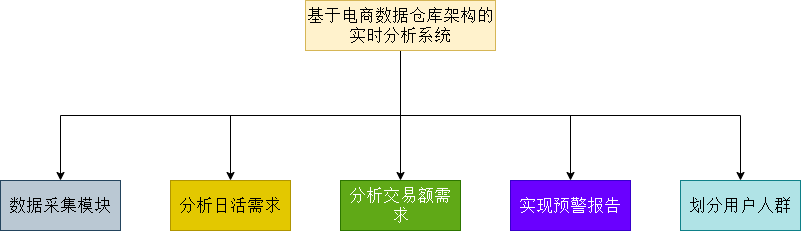
This is 功能模块.png from dyzcs/mall-2020, a draw.io export, as it was before one commit. Source tidied: cells renumbered, new cells last; positions are measured from the earlier drawing's top-left corner, leaving out a move shared by most shapes.
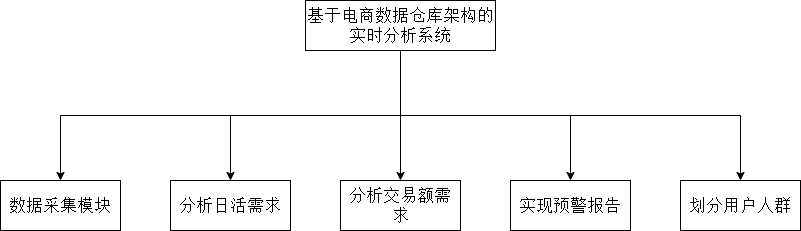
The same diagram one commit later.

Commit message:
更新功能模块.png

The edit, as a diff of the source:
```diff
@@ -22,23 +22,35 @@
     <mxCell id="6" style="edgeStyle=orthogonalEdgeStyle;rounded=0;jettySize=auto;html=1;exitX=0.5;exitY=1;exitDx=0;exitDy=0;fontSize=17;fontFamily=宋体;fontSource=https%3A%2F%2Ffonts.googleapis.com%2Fcss%3Ffamily%3D%25E5%25AE%258B%25E4%25BD%2593;" parent="1" edge="1" source="7" target="9">
       <mxGeometry relative="1" as="geometry" />
     </mxCell>
-    <mxCell id="7" value="基于电商数据仓库架构的实时分析系统" style="rounded=0;whiteSpace=wrap;html=1;fontSize=17;labelBackgroundColor=none;fillColor=#fff2cc;strokeColor=#d6b656;fontFamily=宋体;fontSource=https%3A%2F%2Ffonts.googleapis.com%2Fcss%3Ffamily%3D%25E5%25AE%258B%25E4%25BD%2593;" parent="1" vertex="1">
+    <mxCell id="7" value="基于电商数据仓库架构的实时分析系统" style="rounded=0;whiteSpace=wrap;html=1;fontSize=17;labelBackgroundColor=none;fillColor=#fff2cc;fontFamily=宋体;fontSource=https%3A%2F%2Ffonts.googleapis.com%2Fcss%3Ffamily%3D%25E5%25AE%258B%25E4%25BD%2593;" parent="1" vertex="1">
       <mxGeometry x="305" width="190" height="50" as="geometry" />
     </mxCell>
-    <mxCell id="8" value="数据采集模块" style="rounded=0;whiteSpace=wrap;html=1;fontSize=17;fillColor=#bac8d3;strokeColor=#23445d;fontFamily=宋体;fontSource=https%3A%2F%2Ffonts.googleapis.com%2Fcss%3Ffamily%3D%25E5%25AE%258B%25E4%25BD%2593;" parent="1" vertex="1">
+    <mxCell id="8" value="数据采集模块" style="rounded=0;whiteSpace=wrap;html=1;fontSize=17;fontFamily=宋体;fontSource=https%3A%2F%2Ffonts.googleapis.com%2Fcss%3Ffamily%3D%25E5%25AE%258B%25E4%25BD%2593;fillColor=#FFFFFF;" parent="1" vertex="1">
       <mxGeometry y="180" width="120" height="50" as="geometry" />
     </mxCell>
-    <mxCell id="9" value="分析日活需求" style="rounded=0;whiteSpace=wrap;html=1;fontSize=17;fillColor=#e3c800;strokeColor=#B09500;fontColor=#000000;fontFamily=宋体;fontSource=https%3A%2F%2Ffonts.googleapis.com%2Fcss%3Ffamily%3D%25E5%25AE%258B%25E4%25BD%2593;" parent="1" vertex="1">
+    <mxCell id="9" value="分析日活需求" style="rounded=0;whiteSpace=wrap;html=1;fontSize=17;fontColor=#000000;fontFamily=宋体;fontSource=https%3A%2F%2Ffonts.googleapis.com%2Fcss%3Ffamily%3D%25E5%25AE%258B%25E4%25BD%2593;fillColor=#FFFFFF;" parent="1" vertex="1">
       <mxGeometry x="170" y="180" width="120" height="50" as="geometry" />
     </mxCell>
-    <mxCell id="10" value="分析交易额需求" style="rounded=0;whiteSpace=wrap;html=1;fontSize=17;fillColor=#60a917;strokeColor=#2D7600;fontColor=#ffffff;fontFamily=宋体;fontSource=https%3A%2F%2Ffonts.googleapis.com%2Fcss%3Ffamily%3D%25E5%25AE%258B%25E4%25BD%2593;" parent="1" vertex="1">
+    <mxCell id="10" value="分析交易额需求" style="rounded=0;whiteSpace=wrap;html=1;fontSize=17;fillColor=#60a917;fontFamily=宋体;fontSource=https%3A%2F%2Ffonts.googleapis.com%2Fcss%3Ffamily%3D%25E5%25AE%258B%25E4%25BD%2593;" parent="1" vertex="1">
       <mxGeometry x="340" y="180" width="120" height="50" as="geometry" />
     </mxCell>
-    <mxCell id="11" value="实现预警报告" style="rounded=0;whiteSpace=wrap;html=1;fontSize=17;fillColor=#6a00ff;strokeColor=#3700CC;fontColor=#ffffff;fontFamily=宋体;fontSource=https%3A%2F%2Ffonts.googleapis.com%2Fcss%3Ffamily%3D%25E5%25AE%258B%25E4%25BD%2593;" parent="1" vertex="1">
+    <mxCell id="11" value="实现预警报告" style="rounded=0;whiteSpace=wrap;html=1;fontSize=17;fillColor=#6a00ff;fontColor=#ffffff;fontFamily=宋体;fontSource=https%3A%2F%2Ffonts.googleapis.com%2Fcss%3Ffamily%3D%25E5%25AE%258B%25E4%25BD%2593;" parent="1" vertex="1">
       <mxGeometry x="510" y="180" width="120" height="50" as="geometry" />
     </mxCell>
-    <mxCell id="12" value="划分用户人群" style="rounded=0;whiteSpace=wrap;html=1;fontSize=17;fillColor=#b0e3e6;strokeColor=#0e8088;fontFamily=宋体;fontSource=https%3A%2F%2Ffonts.googleapis.com%2Fcss%3Ffamily%3D%25E5%25AE%258B%25E4%25BD%2593;" parent="1" vertex="1">
+    <mxCell id="12" value="划分用户人群" style="rounded=0;whiteSpace=wrap;html=1;fontSize=17;fillColor=#b0e3e6;fontFamily=宋体;fontSource=https%3A%2F%2Ffonts.googleapis.com%2Fcss%3Ffamily%3D%25E5%25AE%258B%25E4%25BD%2593;" parent="1" vertex="1">
       <mxGeometry x="680" y="180" width="120" height="50" as="geometry" />
     </mxCell>
+    <mxCell id="13" value="划分用户人群" style="rounded=0;whiteSpace=wrap;html=1;fontSize=17;fontFamily=宋体;fontSource=https%3A%2F%2Ffonts.googleapis.com%2Fcss%3Ffamily%3D%25E5%25AE%258B%25E4%25BD%2593;fillColor=#FFFFFF;" parent="1" vertex="1">
+      <mxGeometry x="680" y="180" width="120" height="50" as="geometry" />
+    </mxCell>
+    <mxCell id="14" value="实现预警报告" style="rounded=0;whiteSpace=wrap;html=1;fontSize=17;fontFamily=宋体;fontSource=https%3A%2F%2Ffonts.googleapis.com%2Fcss%3Ffamily%3D%25E5%25AE%258B%25E4%25BD%2593;fillColor=#FFFFFF;" parent="1" vertex="1">
+      <mxGeometry x="510" y="180" width="120" height="50" as="geometry" />
+    </mxCell>
+    <mxCell id="15" value="基于电商数据仓库架构的实时分析系统" style="rounded=0;whiteSpace=wrap;html=1;fontSize=17;labelBackgroundColor=none;fontFamily=宋体;fontSource=https%3A%2F%2Ffonts.googleapis.com%2Fcss%3Ffamily%3D%25E5%25AE%258B%25E4%25BD%2593;fillColor=#FFFFFF;" parent="1" vertex="1">
+      <mxGeometry x="305" width="190" height="50" as="geometry" />
+    </mxCell>
+    <mxCell id="16" value="分析交易额需求" style="rounded=0;whiteSpace=wrap;html=1;fontSize=17;fontFamily=宋体;fontSource=https%3A%2F%2Ffonts.googleapis.com%2Fcss%3Ffamily%3D%25E5%25AE%258B%25E4%25BD%2593;fillColor=#FFFFFF;" parent="1" vertex="1">
+      <mxGeometry x="340" y="180" width="120" height="50" as="geometry" />
+    </mxCell>
   </root>
 </mxGraphModel>
```
